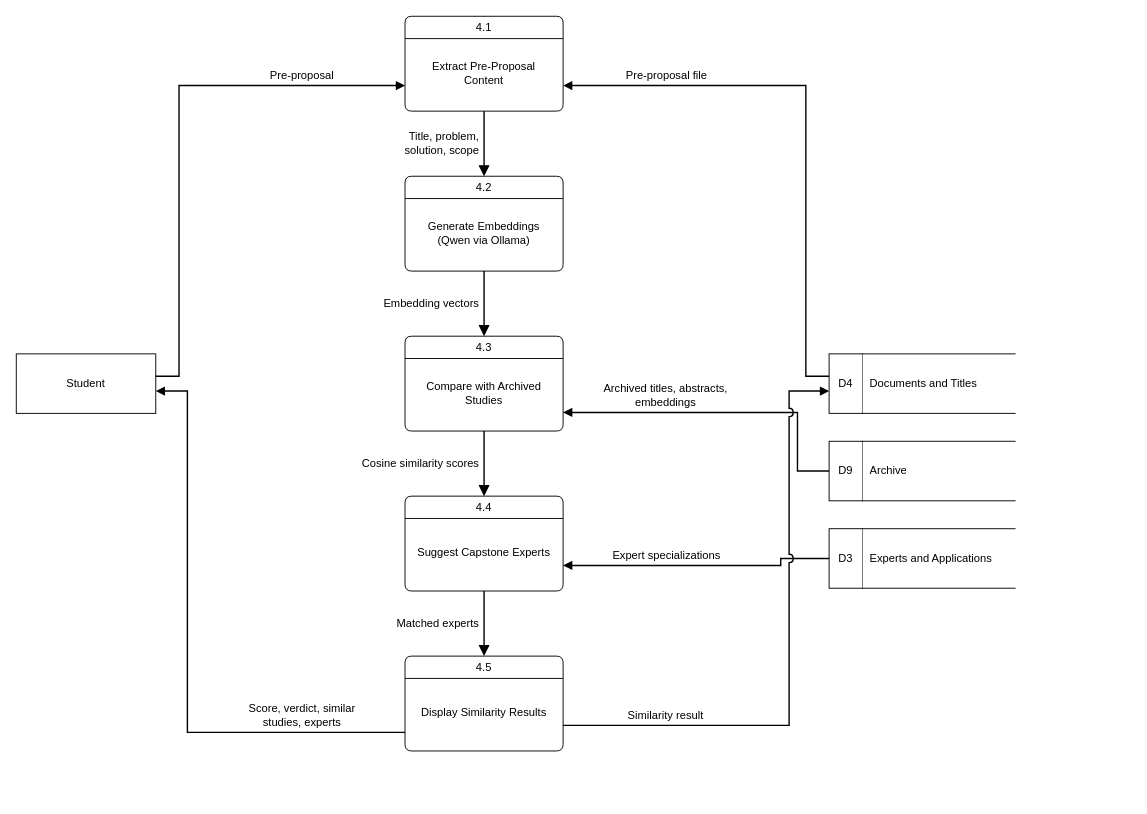
This is docs/diagrams/07-dfd-level-1-4-check-duplication.drawio from M21thony/capstrack, a draw.io file, before an edit. Source tidied: cells renumbered, new cells numbered last; positions are measured from the earlier drawing's top-left corner, leaving out a move shared by most shapes. Both pictures are drawn from the tidied source at 93%, with x=0, y=0 at pixel (16, 16).
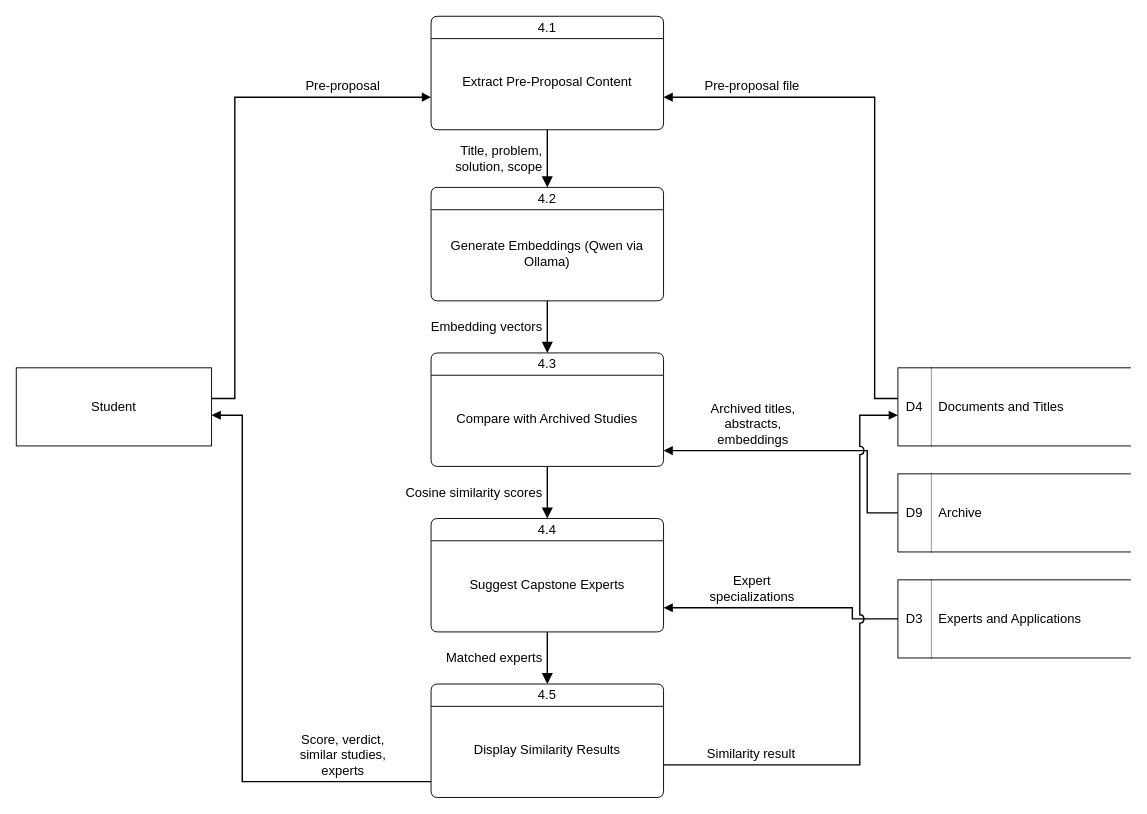
After the change.

What changed in the source:
```diff
@@
-    <mxCell id="2" value="4.1" style="swimlane;shape=swimlane;rounded=1;arcSize=10;startSize=24;html=1;whiteSpace=wrap;fillColor=#ffffff;swimlaneFillColor=#ffffff;fontStyle=0;fontSize=12;strokeColor=#000000;fontFamily=Helvetica;fontColor=#000000;" parent="1" vertex="1">
-      <mxGeometry x="418" width="170" height="102" as="geometry" />
+    <mxCell id="2" value="4.1" style="swimlane;shape=swimlane;rounded=1;arcSize=10;startSize=24;html=1;whiteSpace=wrap;fillColor=#ffffff;swimlaneFillColor=#ffffff;fontStyle=0;fontSize=14;strokeColor=#000000;fontFamily=Helvetica;fontColor=#000000;" parent="1" vertex="1">
+      <mxGeometry x="446" width="250" height="122" as="geometry" />
     </mxCell>
-    <mxCell id="3" value="Extract Pre-Proposal Content" style="text;html=1;strokeColor=none;fillColor=none;align=center;verticalAlign=middle;whiteSpace=wrap;fontSize=12;fontFamily=Helvetica;fontColor=#000000;" parent="2" vertex="1">
-      <mxGeometry x="6" y="24" width="158" height="74" as="geometry" />
+    <mxCell id="3" value="Extract Pre-Proposal Content" style="text;html=1;strokeColor=none;fillColor=none;align=center;verticalAlign=middle;whiteSpace=wrap;fontSize=14;fontFamily=Helvetica;fontColor=#000000;" parent="2" vertex="1">
+      <mxGeometry x="6" y="24" width="238" height="94" as="geometry" />
     </mxCell>
-    <mxCell id="4" value="4.2" style="swimlane;shape=swimlane;rounded=1;arcSize=10;startSize=24;html=1;whiteSpace=wrap;fillColor=#ffffff;swimlaneFillColor=#ffffff;fontStyle=0;fontSize=12;strokeColor=#000000;fontFamily=Helvetica;fontColor=#000000;" parent="1" vertex="1">
-      <mxGeometry x="418" y="172" width="170" height="102" as="geometry" />
+    <mxCell id="4" value="4.2" style="swimlane;shape=swimlane;rounded=1;arcSize=10;startSize=24;html=1;whiteSpace=wrap;fillColor=#ffffff;swimlaneFillColor=#ffffff;fontStyle=0;fontSize=14;strokeColor=#000000;fontFamily=Helvetica;fontColor=#000000;" parent="1" vertex="1">
+      <mxGeometry x="446" y="184" width="250" height="122" as="geometry" />
     </mxCell>
-    <mxCell id="5" value="Generate Embeddings (Qwen via Ollama)" style="text;html=1;strokeColor=none;fillColor=none;align=center;verticalAlign=middle;whiteSpace=wrap;fontSize=12;fontFamily=Helvetica;fontColor=#000000;" parent="4" vertex="1">
-      <mxGeometry x="6" y="24" width="158" height="74" as="geometry" />
+    <mxCell id="5" value="Generate Embeddings (Qwen via Ollama)" style="text;html=1;strokeColor=none;fillColor=none;align=center;verticalAlign=middle;whiteSpace=wrap;fontSize=14;fontFamily=Helvetica;fontColor=#000000;" parent="4" vertex="1">
+      <mxGeometry x="6" y="24" width="238" height="94" as="geometry" />
     </mxCell>
-    <mxCell id="6" value="4.3" style="swimlane;shape=swimlane;rounded=1;arcSize=10;startSize=24;html=1;whiteSpace=wrap;fillColor=#ffffff;swimlaneFillColor=#ffffff;fontStyle=0;fontSize=12;strokeColor=#000000;fontFamily=Helvetica;fontColor=#000000;" parent="1" vertex="1">
-      <mxGeometry x="418" y="344" width="170" height="102" as="geometry" />
+    <mxCell id="6" value="4.3" style="swimlane;shape=swimlane;rounded=1;arcSize=10;startSize=24;html=1;whiteSpace=wrap;fillColor=#ffffff;swimlaneFillColor=#ffffff;fontStyle=0;fontSize=14;strokeColor=#000000;fontFamily=Helvetica;fontColor=#000000;" parent="1" vertex="1">
+      <mxGeometry x="446" y="362" width="250" height="122" as="geometry" />
     </mxCell>
-    <mxCell id="7" value="Compare with Archived Studies" style="text;html=1;strokeColor=none;fillColor=none;align=center;verticalAlign=middle;whiteSpace=wrap;fontSize=12;fontFamily=Helvetica;fontColor=#000000;" parent="6" vertex="1">
-      <mxGeometry x="6" y="24" width="158" height="74" as="geometry" />
+    <mxCell id="7" value="Compare with Archived Studies" style="text;html=1;strokeColor=none;fillColor=none;align=center;verticalAlign=middle;whiteSpace=wrap;fontSize=14;fontFamily=Helvetica;fontColor=#000000;" parent="6" vertex="1">
+      <mxGeometry x="6" y="24" width="238" height="94" as="geometry" />
     </mxCell>
-    <mxCell id="8" value="4.4" style="swimlane;shape=swimlane;rounded=1;arcSize=10;startSize=24;html=1;whiteSpace=wrap;fillColor=#ffffff;swimlaneFillColor=#ffffff;fontStyle=0;fontSize=12;strokeColor=#000000;fontFamily=Helvetica;fontColor=#000000;" parent="1" vertex="1">
-      <mxGeometry x="418" y="516" width="170" height="102" as="geometry" />
+    <mxCell id="8" value="4.4" style="swimlane;shape=swimlane;rounded=1;arcSize=10;startSize=24;html=1;whiteSpace=wrap;fillColor=#ffffff;swimlaneFillColor=#ffffff;fontStyle=0;fontSize=14;strokeColor=#000000;fontFamily=Helvetica;fontColor=#000000;" parent="1" vertex="1">
+      <mxGeometry x="446" y="540" width="250" height="122" as="geometry" />
     </mxCell>
-    <mxCell id="9" value="Suggest Capstone Experts" style="text;html=1;strokeColor=none;fillColor=none;align=center;verticalAlign=middle;whiteSpace=wrap;fontSize=12;fontFamily=Helvetica;fontColor=#000000;" parent="8" vertex="1">
-      <mxGeometry x="6" y="24" width="158" height="74" as="geometry" />
+    <mxCell id="9" value="Suggest Capstone Experts" style="text;html=1;strokeColor=none;fillColor=none;align=center;verticalAlign=middle;whiteSpace=wrap;fontSize=14;fontFamily=Helvetica;fontColor=#000000;" parent="8" vertex="1">
+      <mxGeometry x="6" y="24" width="238" height="94" as="geometry" />
     </mxCell>
-    <mxCell id="10" value="4.5" style="swimlane;shape=swimlane;rounded=1;arcSize=10;startSize=24;html=1;whiteSpace=wrap;fillColor=#ffffff;swimlaneFillColor=#ffffff;fontStyle=0;fontSize=12;strokeColor=#000000;fontFamily=Helvetica;fontColor=#000000;" parent="1" vertex="1">
-      <mxGeometry x="418" y="688" width="170" height="102" as="geometry" />
+    <mxCell id="10" value="4.5" style="swimlane;shape=swimlane;rounded=1;arcSize=10;startSize=24;html=1;whiteSpace=wrap;fillColor=#ffffff;swimlaneFillColor=#ffffff;fontStyle=0;fontSize=14;strokeColor=#000000;fontFamily=Helvetica;fontColor=#000000;" parent="1" vertex="1">
+      <mxGeometry x="446" y="718" width="250" height="122" as="geometry" />
     </mxCell>
-    <mxCell id="11" value="Display Similarity Results" style="text;html=1;strokeColor=none;fillColor=none;align=center;verticalAlign=middle;whiteSpace=wrap;fontSize=12;fontFamily=Helvetica;fontColor=#000000;" parent="10" vertex="1">
-      <mxGeometry x="6" y="24" width="158" height="74" as="geometry" />
+    <mxCell id="11" value="Display Similarity Results" style="text;html=1;strokeColor=none;fillColor=none;align=center;verticalAlign=middle;whiteSpace=wrap;fontSize=14;fontFamily=Helvetica;fontColor=#000000;" parent="10" vertex="1">
+      <mxGeometry x="6" y="24" width="238" height="94" as="geometry" />
     </mxCell>
-    <mxCell id="12" value="Student" style="rounded=0;whiteSpace=wrap;html=1;fillColor=#ffffff;fontSize=12;strokeColor=#000000;fontFamily=Helvetica;fontColor=#000000;" parent="1" vertex="1">
-      <mxGeometry y="363" width="150" height="64" as="geometry" />
+    <mxCell id="12" value="Student" style="rounded=0;whiteSpace=wrap;html=1;fillColor=#ffffff;fontSize=14;strokeColor=#000000;fontFamily=Helvetica;fontColor=#000000;" parent="1" vertex="1">
+      <mxGeometry y="378" width="210" height="84" as="geometry" />
     </mxCell>
     <mxCell id="13" style="rounded=0;html=1;fillColor=none;strokeColor=none;fontSize=12;" parent="1" vertex="1">
-      <mxGeometry x="874" y="363" width="200" height="64" as="geometry" />
+      <mxGeometry x="948" y="378" width="250" height="84" as="geometry" />
     </mxCell>
-    <mxCell id="14" value="D4" style="rounded=0;whiteSpace=wrap;html=1;fillColor=#ffffff;fontSize=12;strokeColor=#000000;fontFamily=Helvetica;fontColor=#000000;" parent="13" vertex="1">
-      <mxGeometry width="36" height="64" as="geometry" />
+    <mxCell id="14" value="D4" style="rounded=0;whiteSpace=wrap;html=1;fillColor=#ffffff;fontSize=14;strokeColor=#000000;fontFamily=Helvetica;fontColor=#000000;" parent="13" vertex="1">
+      <mxGeometry width="36" height="84" as="geometry" />
     </mxCell>
-    <mxCell id="15" value="Documents and Titles" style="shape=partialRectangle;left=0;right=0;top=1;bottom=1;whiteSpace=wrap;html=1;align=left;spacingLeft=6;fillColor=#ffffff;fontSize=12;strokeColor=#000000;fontFamily=Helvetica;fontColor=#000000;" parent="13" vertex="1">
-      <mxGeometry x="36" width="164" height="64" as="geometry" />
+    <mxCell id="15" value="Documents and Titles" style="shape=partialRectangle;left=0;right=0;top=1;bottom=1;whiteSpace=wrap;html=1;align=left;spacingLeft=6;fillColor=#ffffff;fontSize=14;strokeColor=#000000;fontFamily=Helvetica;fontColor=#000000;" parent="13" vertex="1">
+      <mxGeometry x="36" width="214" height="84" as="geometry" />
     </mxCell>
     <mxCell id="16" style="rounded=0;html=1;fillColor=none;strokeColor=none;fontSize=12;" parent="1" vertex="1">
-      <mxGeometry x="874" y="457" width="200" height="64" as="geometry" />
+      <mxGeometry x="948" y="492" width="250" height="84" as="geometry" />
     </mxCell>
-    <mxCell id="17" value="D9" style="rounded=0;whiteSpace=wrap;html=1;fillColor=#ffffff;fontSize=12;strokeColor=#000000;fontFamily=Helvetica;fontColor=#000000;" parent="16" vertex="1">
-      <mxGeometry width="36" height="64" as="geometry" />
+    <mxCell id="17" value="D9" style="rounded=0;whiteSpace=wrap;html=1;fillColor=#ffffff;fontSize=14;strokeColor=#000000;fontFamily=Helvetica;fontColor=#000000;" parent="16" vertex="1">
+      <mxGeometry width="36" height="84" as="geometry" />
     </mxCell>
-    <mxCell id="18" value="Archive" style="shape=partialRectangle;left=0;right=0;top=1;bottom=1;whiteSpace=wrap;html=1;align=left;spacingLeft=6;fillColor=#ffffff;fontSize=12;strokeColor=#000000;fontFamily=Helvetica;fontColor=#000000;" parent="16" vertex="1">
-      <mxGeometry x="36" width="164" height="64" as="geometry" />
+    <mxCell id="18" value="Archive" style="shape=partialRectangle;left=0;right=0;top=1;bottom=1;whiteSpace=wrap;html=1;align=left;spacingLeft=6;fillColor=#ffffff;fontSize=14;strokeColor=#000000;fontFamily=Helvetica;fontColor=#000000;" parent="16" vertex="1">
+      <mxGeometry x="36" width="214" height="84" as="geometry" />
     </mxCell>
     <mxCell id="19" style="rounded=0;html=1;fillColor=none;strokeColor=none;fontSize=12;" parent="1" vertex="1">
-      <mxGeometry x="874" y="551" width="200" height="64" as="geometry" />
+      <mxGeometry x="948" y="606" width="250" height="84" as="geometry" />
     </mxCell>
-    <mxCell id="20" value="D3" style="rounded=0;whiteSpace=wrap;html=1;fillColor=#ffffff;fontSize=12;strokeColor=#000000;fontFamily=Helvetica;fontColor=#000000;" parent="19" vertex="1">
-      <mxGeometry width="36" height="64" as="geometry" />
+    <mxCell id="20" value="D3" style="rounded=0;whiteSpace=wrap;html=1;fillColor=#ffffff;fontSize=14;strokeColor=#000000;fontFamily=Helvetica;fontColor=#000000;" parent="19" vertex="1">
+      <mxGeometry width="36" height="84" as="geometry" />
     </mxCell>
-    <mxCell id="21" value="Experts and Applications" style="shape=partialRectangle;left=0;right=0;top=1;bottom=1;whiteSpace=wrap;html=1;align=left;spacingLeft=6;fillColor=#ffffff;fontSize=12;strokeColor=#000000;fontFamily=Helvetica;fontColor=#000000;" parent="19" vertex="1">
-      <mxGeometry x="36" width="164" height="64" as="geometry" />
+    <mxCell id="21" value="Experts and Applications" style="shape=partialRectangle;left=0;right=0;top=1;bottom=1;whiteSpace=wrap;html=1;align=left;spacingLeft=6;fillColor=#ffffff;fontSize=14;strokeColor=#000000;fontFamily=Helvetica;fontColor=#000000;" parent="19" vertex="1">
+      <mxGeometry x="36" width="214" height="84" as="geometry" />
     </mxCell>
-    <mxCell id="22" value="Pre-proposal" style="jumpStyle=arc;jumpSize=8;edgeStyle=orthogonalEdgeStyle;rounded=0;html=1;endArrow=block;endFill=1;endSize=8;strokeWidth=1.5;startArrow=none;strokeColor=#000000;fontFamily=Helvetica;fontColor=#000000;fontSize=12;labelBackgroundColor=#ffffff;verticalAlign=bottom;endSize=6;exitX=1;exitY=0.375;exitDx=0;exitDy=0;entryX=0;entryY=0.730392;entryDx=0;entryDy=0;" parent="1" edge="1" source="12" target="2">
-      <mxGeometry x="0.62" relative="1" as="geometry">
+    <mxCell id="22" value="Pre-proposal" style="jumpStyle=arc;jumpSize=8;edgeStyle=orthogonalEdgeStyle;rounded=0;html=1;endArrow=block;endFill=1;endSize=8;strokeWidth=1.5;startArrow=none;strokeColor=#000000;fontFamily=Helvetica;fontColor=#000000;fontSize=14;labelBackgroundColor=#ffffff;verticalAlign=bottom;endSize=6;exitX=1;exitY=0.392857;exitDx=0;exitDy=0;entryX=0;entryY=0.713115;entryDx=0;entryDy=0;" parent="1" edge="1" source="12" target="2">
+      <mxGeometry x="0.66" relative="1" as="geometry">
         <Array as="points">
-          <mxPoint x="175" y="387" />
-          <mxPoint x="175" y="74.5" />
+          <mxPoint x="235" y="411" />
+          <mxPoint x="235" y="87" />
         </Array>
         <mxPoint y="-1" as="offset" />
       </mxGeometry>
     </mxCell>
-    <mxCell id="23" value="Score, verdict, similar&lt;br&gt;studies, experts" style="jumpStyle=arc;jumpSize=8;edgeStyle=orthogonalEdgeStyle;rounded=0;html=1;endArrow=block;endFill=1;endSize=8;strokeWidth=1.5;startArrow=none;strokeColor=#000000;fontFamily=Helvetica;fontColor=#000000;fontSize=12;labelBackgroundColor=#ffffff;verticalAlign=bottom;endSize=6;exitX=0;exitY=0.803922;exitDx=0;exitDy=0;entryX=1;entryY=0.625;entryDx=0;entryDy=0;" parent="1" edge="1" source="10" target="12">
-      <mxGeometry x="-0.65" relative="1" as="geometry">
+    <mxCell id="23" value="Score, verdict,&lt;br&gt;similar studies,&lt;br&gt;experts" style="jumpStyle=arc;jumpSize=8;edgeStyle=orthogonalEdgeStyle;rounded=0;html=1;endArrow=block;endFill=1;endSize=8;strokeWidth=1.5;startArrow=none;strokeColor=#000000;fontFamily=Helvetica;fontColor=#000000;fontSize=14;labelBackgroundColor=#ffffff;verticalAlign=bottom;endSize=6;exitX=0;exitY=0.860656;exitDx=0;exitDy=0;entryX=1;entryY=0.607143;entryDx=0;entryDy=0;" parent="1" edge="1" source="10" target="12">
+      <mxGeometry x="-0.7" relative="1" as="geometry">
         <Array as="points">
-          <mxPoint x="184" y="770" />
-          <mxPoint x="184" y="403" />
+          <mxPoint x="243" y="823" />
+          <mxPoint x="243" y="429" />
         </Array>
         <mxPoint y="-1" as="offset" />
       </mxGeometry>
     </mxCell>
-    <mxCell id="24" value="Pre-proposal file" style="jumpStyle=arc;jumpSize=8;edgeStyle=orthogonalEdgeStyle;rounded=0;html=1;endArrow=block;endFill=1;endSize=8;strokeWidth=1.5;startArrow=none;strokeColor=#000000;fontFamily=Helvetica;fontColor=#000000;fontSize=12;labelBackgroundColor=#ffffff;verticalAlign=bottom;endSize=6;exitX=0;exitY=0.375;exitDx=0;exitDy=0;entryX=1;entryY=0.730392;entryDx=0;entryDy=0;" parent="1" edge="1" source="13" target="2">
-      <mxGeometry x="0.63" relative="1" as="geometry">
+    <mxCell id="24" value="Pre-proposal file" style="jumpStyle=arc;jumpSize=8;edgeStyle=orthogonalEdgeStyle;rounded=0;html=1;endArrow=block;endFill=1;endSize=8;strokeWidth=1.5;startArrow=none;strokeColor=#000000;fontFamily=Helvetica;fontColor=#000000;fontSize=14;labelBackgroundColor=#ffffff;verticalAlign=bottom;endSize=6;exitX=0;exitY=0.392857;exitDx=0;exitDy=0;entryX=1;entryY=0.713115;entryDx=0;entryDy=0;" parent="1" edge="1" source="13" target="2">
+      <mxGeometry x="0.67" relative="1" as="geometry">
         <Array as="points">
-          <mxPoint x="849" y="387" />
-          <mxPoint x="849" y="74.5" />
+          <mxPoint x="923" y="411" />
+          <mxPoint x="923" y="87" />
         </Array>
         <mxPoint y="-1" as="offset" />
       </mxGeometry>
     </mxCell>
-    <mxCell id="25" value="Archived titles, abstracts,&lt;br&gt;embeddings" style="jumpStyle=arc;jumpSize=8;edgeStyle=orthogonalEdgeStyle;rounded=0;html=1;endArrow=block;endFill=1;endSize=8;strokeWidth=1.5;startArrow=none;strokeColor=#000000;fontFamily=Helvetica;fontColor=#000000;fontSize=12;labelBackgroundColor=#ffffff;verticalAlign=bottom;endSize=6;exitX=0;exitY=0.5;exitDx=0;exitDy=0;entryX=1;entryY=0.803922;entryDx=0;entryDy=0;" parent="1" edge="1" source="16" target="6">
-      <mxGeometry x="0.37" relative="1" as="geometry">
+    <mxCell id="25" value="Archived titles,&lt;br&gt;abstracts,&lt;br&gt;embeddings" style="jumpStyle=arc;jumpSize=8;edgeStyle=orthogonalEdgeStyle;rounded=0;html=1;endArrow=block;endFill=1;endSize=8;strokeWidth=1.5;startArrow=none;strokeColor=#000000;fontFamily=Helvetica;fontColor=#000000;fontSize=14;labelBackgroundColor=#ffffff;verticalAlign=bottom;endSize=6;exitX=0;exitY=0.5;exitDx=0;exitDy=0;entryX=1;entryY=0.860656;entryDx=0;entryDy=0;" parent="1" edge="1" source="16" target="6">
+      <mxGeometry x="0.4" relative="1" as="geometry">
         <Array as="points">
-          <mxPoint x="840" y="489" />
-          <mxPoint x="840" y="426" />
+          <mxPoint x="915" y="534" />
+          <mxPoint x="915" y="467" />
         </Array>
         <mxPoint y="-1" as="offset" />
       </mxGeometry>
     </mxCell>
-    <mxCell id="26" value="Expert specializations" style="jumpStyle=arc;jumpSize=8;edgeStyle=orthogonalEdgeStyle;rounded=0;html=1;endArrow=block;endFill=1;endSize=8;strokeWidth=1.5;startArrow=none;strokeColor=#000000;fontFamily=Helvetica;fontColor=#000000;fontSize=12;labelBackgroundColor=#ffffff;verticalAlign=bottom;endSize=6;exitX=0;exitY=0.5;exitDx=0;exitDy=0;entryX=1;entryY=0.730392;entryDx=0;entryDy=0;" parent="1" edge="1" source="19" target="8">
-      <mxGeometry x="0.25" relative="1" as="geometry">
+    <mxCell id="26" value="Expert&lt;br&gt;specializations" style="jumpStyle=arc;jumpSize=8;edgeStyle=orthogonalEdgeStyle;rounded=0;html=1;endArrow=block;endFill=1;endSize=8;strokeWidth=1.5;startArrow=none;strokeColor=#000000;fontFamily=Helvetica;fontColor=#000000;fontSize=14;labelBackgroundColor=#ffffff;verticalAlign=bottom;endSize=6;exitX=0;exitY=0.5;exitDx=0;exitDy=0;entryX=1;entryY=0.786885;entryDx=0;entryDy=0;" parent="1" edge="1" source="19" target="8">
+      <mxGeometry x="0.28" relative="1" as="geometry">
         <Array as="points">
-          <mxPoint x="822" y="583" />
-          <mxPoint x="822" y="590.5" />
+          <mxPoint x="899" y="648" />
+          <mxPoint x="899" y="636" />
         </Array>
         <mxPoint y="-1" as="offset" />
       </mxGeometry>
     </mxCell>
-    <mxCell id="27" value="Similarity result" style="jumpStyle=arc;jumpSize=8;edgeStyle=orthogonalEdgeStyle;rounded=0;html=1;endArrow=block;endFill=1;endSize=8;strokeWidth=1.5;startArrow=none;strokeColor=#000000;fontFamily=Helvetica;fontColor=#000000;fontSize=12;labelBackgroundColor=#ffffff;verticalAlign=bottom;endSize=6;exitX=1;exitY=0.730392;exitDx=0;exitDy=0;entryX=0;entryY=0.625;entryDx=0;entryDy=0;" parent="1" edge="1" source="10" target="13">
-      <mxGeometry x="-0.66" relative="1" as="geometry">
+    <mxCell id="27" value="Similarity result" style="jumpStyle=arc;jumpSize=8;edgeStyle=orthogonalEdgeStyle;rounded=0;html=1;endArrow=block;endFill=1;endSize=8;strokeWidth=1.5;startArrow=none;strokeColor=#000000;fontFamily=Helvetica;fontColor=#000000;fontSize=14;labelBackgroundColor=#ffffff;verticalAlign=bottom;endSize=6;exitX=1;exitY=0.713115;exitDx=0;exitDy=0;entryX=0;entryY=0.607143;entryDx=0;entryDy=0;" parent="1" edge="1" source="10" target="13">
+      <mxGeometry x="-0.7" relative="1" as="geometry">
         <Array as="points">
-          <mxPoint x="831" y="762.5" />
-          <mxPoint x="831" y="403" />
+          <mxPoint x="907" y="805" />
+          <mxPoint x="907" y="429" />
         </Array>
         <mxPoint y="-1" as="offset" />
       </mxGeometry>
     </mxCell>
-    <mxCell id="28" value="Title, problem,&lt;br&gt;solution, scope" style="jumpStyle=arc;jumpSize=8;edgeStyle=orthogonalEdgeStyle;rounded=0;html=1;endArrow=block;endFill=1;endSize=8;strokeWidth=1.5;startArrow=none;strokeColor=#000000;fontFamily=Helvetica;fontColor=#000000;fontSize=12;labelBackgroundColor=#ffffff;align=right;exitX=0.5;exitY=1;exitDx=0;exitDy=0;entryX=0.5;entryY=0;entryDx=0;entryDy=0;" parent="1" edge="1" source="2" target="4">
+    <mxCell id="28" value="Title, problem,&lt;br&gt;solution, scope" style="jumpStyle=arc;jumpSize=8;edgeStyle=orthogonalEdgeStyle;rounded=0;html=1;endArrow=block;endFill=1;endSize=8;strokeWidth=1.5;startArrow=none;strokeColor=#000000;fontFamily=Helvetica;fontColor=#000000;fontSize=14;labelBackgroundColor=#ffffff;align=right;exitX=0.5;exitY=1;exitDx=0;exitDy=0;entryX=0.5;entryY=0;entryDx=0;entryDy=0;" parent="1" edge="1" source="2" target="4">
       <mxGeometry relative="1" as="geometry">
         <mxPoint x="-4" as="offset" />
       </mxGeometry>
     </mxCell>
-    <mxCell id="29" value="Embedding vectors" style="jumpStyle=arc;jumpSize=8;edgeStyle=orthogonalEdgeStyle;rounded=0;html=1;endArrow=block;endFill=1;endSize=8;strokeWidth=1.5;startArrow=none;strokeColor=#000000;fontFamily=Helvetica;fontColor=#000000;fontSize=12;labelBackgroundColor=#ffffff;align=right;exitX=0.5;exitY=1;exitDx=0;exitDy=0;entryX=0.5;entryY=0;entryDx=0;entryDy=0;" parent="1" edge="1" source="4" target="6">
+    <mxCell id="29" value="Embedding vectors" style="jumpStyle=arc;jumpSize=8;edgeStyle=orthogonalEdgeStyle;rounded=0;html=1;endArrow=block;endFill=1;endSize=8;strokeWidth=1.5;startArrow=none;strokeColor=#000000;fontFamily=Helvetica;fontColor=#000000;fontSize=14;labelBackgroundColor=#ffffff;align=right;exitX=0.5;exitY=1;exitDx=0;exitDy=0;entryX=0.5;entryY=0;entryDx=0;entryDy=0;" parent="1" edge="1" source="4" target="6">
       <mxGeometry relative="1" as="geometry">
         <mxPoint x="-4" as="offset" />
       </mxGeometry>
     </mxCell>
-    <mxCell id="30" value="Cosine similarity scores" style="jumpStyle=arc;jumpSize=8;edgeStyle=orthogonalEdgeStyle;rounded=0;html=1;endArrow=block;endFill=1;endSize=8;strokeWidth=1.5;startArrow=none;strokeColor=#000000;fontFamily=Helvetica;fontColor=#000000;fontSize=12;labelBackgroundColor=#ffffff;align=right;exitX=0.5;exitY=1;exitDx=0;exitDy=0;entryX=0.5;entryY=0;entryDx=0;entryDy=0;" parent="1" edge="1" source="6" target="8">
+    <mxCell id="30" value="Cosine similarity scores" style="jumpStyle=arc;jumpSize=8;edgeStyle=orthogonalEdgeStyle;rounded=0;html=1;endArrow=block;endFill=1;endSize=8;strokeWidth=1.5;startArrow=none;strokeColor=#000000;fontFamily=Helvetica;fontColor=#000000;fontSize=14;labelBackgroundColor=#ffffff;align=right;exitX=0.5;exitY=1;exitDx=0;exitDy=0;entryX=0.5;entryY=0;entryDx=0;entryDy=0;" parent="1" edge="1" source="6" target="8">
       <mxGeometry relative="1" as="geometry">
         <mxPoint x="-4" as="offset" />
       </mxGeometry>
     </mxCell>
-    <mxCell id="31" value="Matched experts" style="jumpStyle=arc;jumpSize=8;edgeStyle=orthogonalEdgeStyle;rounded=0;html=1;endArrow=block;endFill=1;endSize=8;strokeWidth=1.5;startArrow=none;strokeColor=#000000;fontFamily=Helvetica;fontColor=#000000;fontSize=12;labelBackgroundColor=#ffffff;align=right;exitX=0.5;exitY=1;exitDx=0;exitDy=0;entryX=0.5;entryY=0;entryDx=0;entryDy=0;" parent="1" edge="1" source="8" target="10">
+    <mxCell id="31" value="Matched experts" style="jumpStyle=arc;jumpSize=8;edgeStyle=orthogonalEdgeStyle;rounded=0;html=1;endArrow=block;endFill=1;endSize=8;strokeWidth=1.5;startArrow=none;strokeColor=#000000;fontFamily=Helvetica;fontColor=#000000;fontSize=14;labelBackgroundColor=#ffffff;align=right;exitX=0.5;exitY=1;exitDx=0;exitDy=0;entryX=0.5;entryY=0;entryDx=0;entryDy=0;" parent="1" edge="1" source="8" target="10">
       <mxGeometry relative="1" as="geometry">
         <mxPoint x="-4" as="offset" />
       </mxGeometry>
     </mxCell>
```
